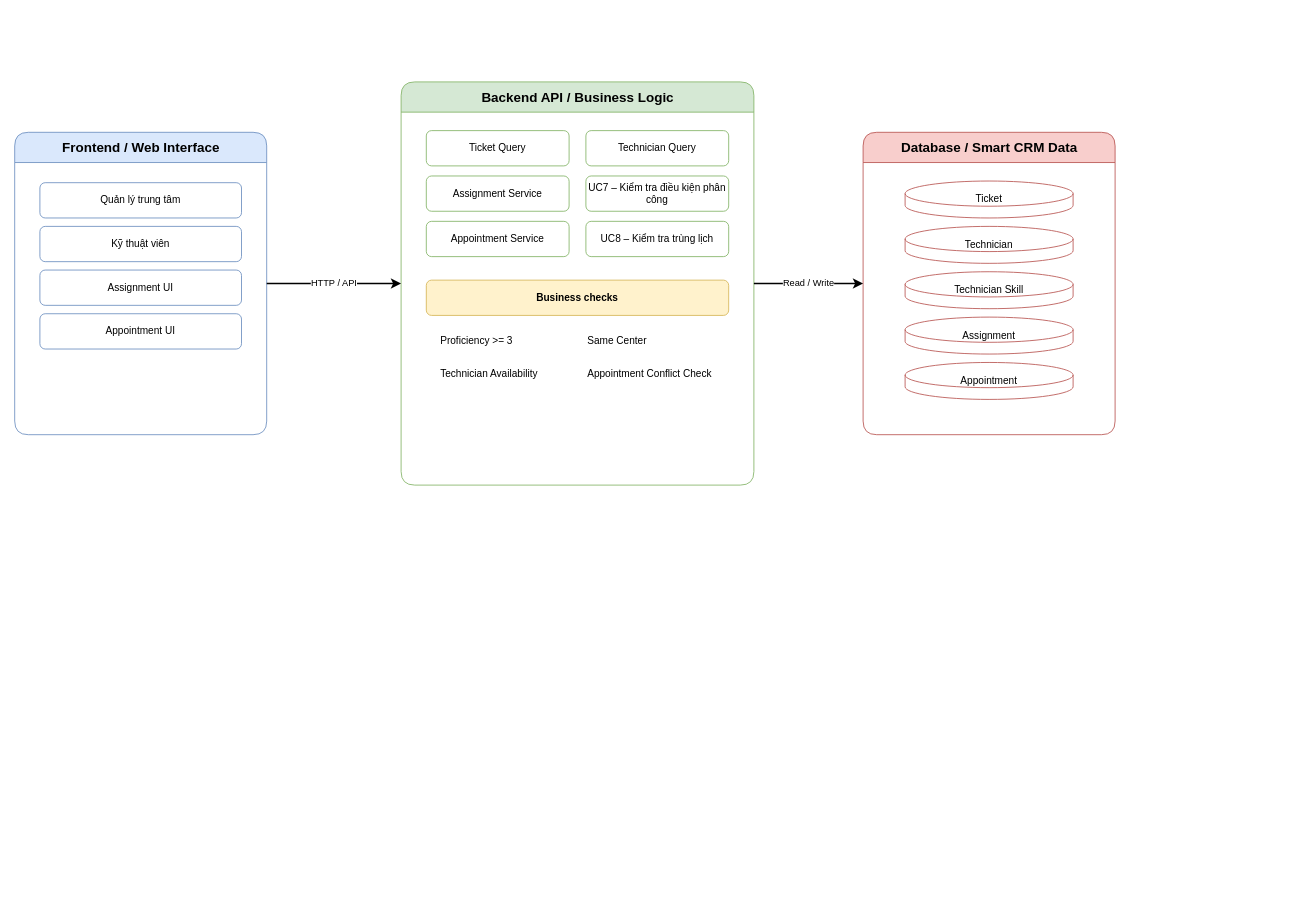
Earlier version of the draw.io diagram docs/architecture.drawio (Tringuyen2374802010517/smart-crm). Source tidied: cells renumbered, new cells numbered last; positions are measured from the earlier drawing's top-left corner, leaving out a move shared by most shapes. Both pictures are drawn from the tidied source at 84%, with x=0, y=0 at pixel (14, 81).
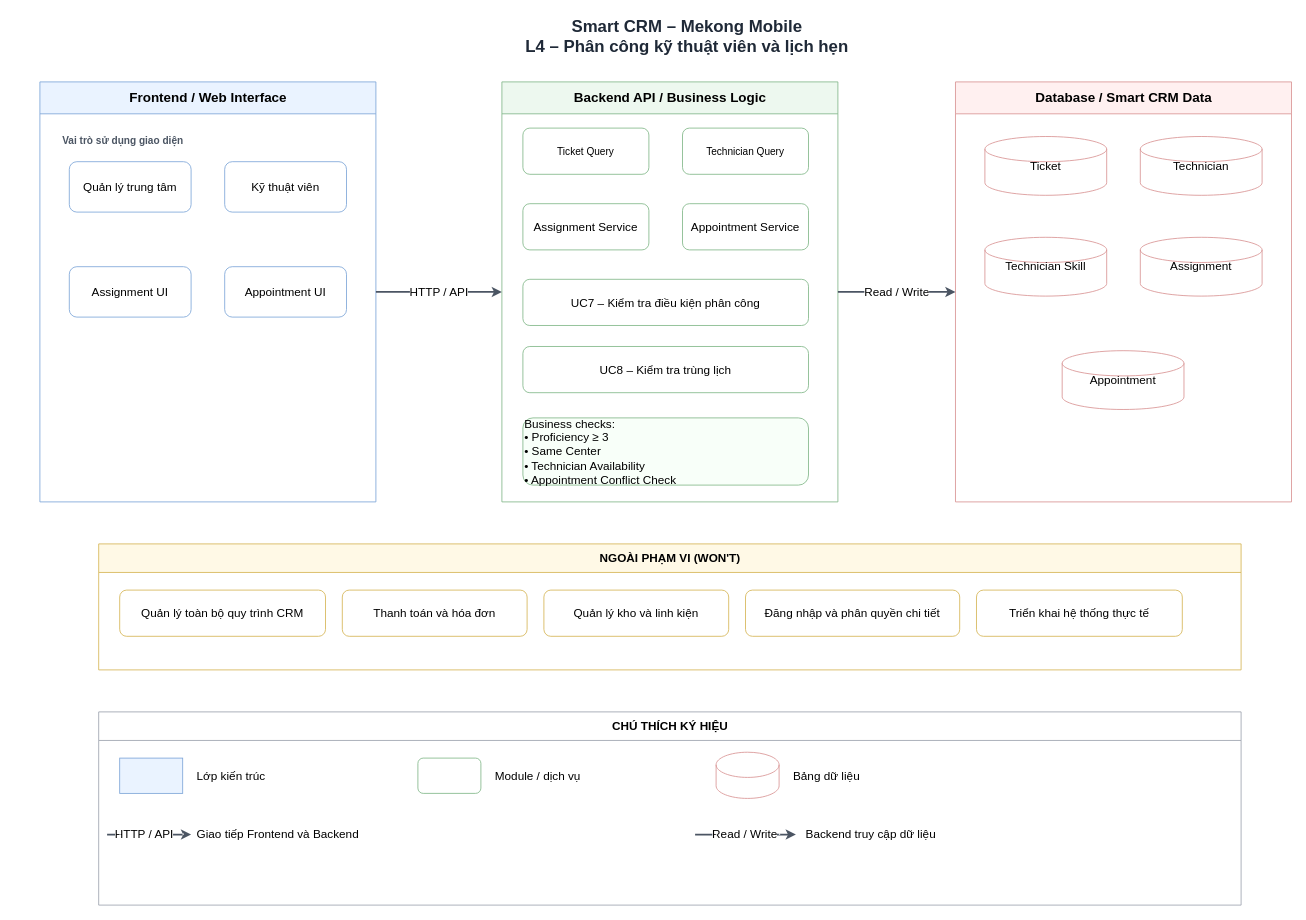
After the change.

The edit, as a diff of the source:
```diff
@@
+    <mxCell id="27" value="Smart CRM – Mekong Mobile&#10;L4 – Phân công kỹ thuật viên và lịch hẹn" style="text;html=1;align=center;verticalAlign=middle;fontSize=20;fontStyle=1;fontColor=#1f2937;" parent="1" vertex="1">
+      <mxGeometry x="100" y="-80" width="1400" height="50" as="geometry" />
+    </mxCell>
-    <mxCell id="2" value="Frontend / Web Interface" style="swimlane;startSize=36;horizontal=1;rounded=1;fillColor=#dae8fc;strokeColor=#6c8ebf;fontStyle=1;fontSize=16;html=1;" parent="1" vertex="1">
-      <mxGeometry y="60" width="300" height="360" as="geometry" />
+    <mxCell id="2" value="Frontend / Web Interface" style="swimlane;horizontal=1;startSize=38;fillColor=#eaf3ff;strokeColor=#7ea6d8;html=1;fontStyle=1;fontSize=16;" parent="1" vertex="1">
+      <mxGeometry x="30" width="400" height="500" as="geometry" />
     </mxCell>
+    <mxCell id="28" value="Vai trò sử dụng giao diện" style="text;html=1;align=left;verticalAlign=middle;fontStyle=1;fontColor=#4b5563;" parent="2" vertex="1">
+      <mxGeometry x="25" y="55" width="350" height="30" as="geometry" />
+    </mxCell>
-    <mxCell id="3" value="Quản lý trung tâm" style="rounded=1;whiteSpace=wrap;fillColor=#ffffff;strokeColor=#6c8ebf;html=1;" parent="2" vertex="1">
-      <mxGeometry x="30" y="60" width="240" height="42" as="geometry" />
+    <mxCell id="3" value="Quản lý trung tâm" style="rounded=1;whiteSpace=wrap;html=1;fillColor=#ffffff;strokeColor=#7ea6d8;fontSize=14;" parent="2" vertex="1">
+      <mxGeometry x="35" y="95" width="145" height="60" as="geometry" />
     </mxCell>
-    <mxCell id="4" value="Kỹ thuật viên" style="rounded=1;whiteSpace=wrap;fillColor=#ffffff;strokeColor=#6c8ebf;html=1;" parent="2" vertex="1">
-      <mxGeometry x="30" y="112" width="240" height="42" as="geometry" />
+    <mxCell id="4" value="Kỹ thuật viên" style="rounded=1;whiteSpace=wrap;html=1;fillColor=#ffffff;strokeColor=#7ea6d8;fontSize=14;" parent="2" vertex="1">
+      <mxGeometry x="220" y="95" width="145" height="60" as="geometry" />
     </mxCell>
-    <mxCell id="5" value="Assignment UI" style="rounded=1;whiteSpace=wrap;fillColor=#ffffff;strokeColor=#6c8ebf;html=1;" parent="2" vertex="1">
-      <mxGeometry x="30" y="164" width="240" height="42" as="geometry" />
+    <mxCell id="5" value="Assignment UI" style="rounded=1;whiteSpace=wrap;html=1;fillColor=#ffffff;strokeColor=#7ea6d8;fontSize=14;" parent="2" vertex="1">
+      <mxGeometry x="35" y="220" width="145" height="60" as="geometry" />
     </mxCell>
-    <mxCell id="6" value="Appointment UI" style="rounded=1;whiteSpace=wrap;fillColor=#ffffff;strokeColor=#6c8ebf;html=1;" parent="2" vertex="1">
-      <mxGeometry x="30" y="216" width="240" height="42" as="geometry" />
+    <mxCell id="6" value="Appointment UI" style="rounded=1;whiteSpace=wrap;html=1;fillColor=#ffffff;strokeColor=#7ea6d8;fontSize=14;" parent="2" vertex="1">
+      <mxGeometry x="220" y="220" width="145" height="60" as="geometry" />
     </mxCell>
-    <mxCell id="7" value="Backend API / Business Logic" style="swimlane;startSize=36;horizontal=1;rounded=1;fillColor=#d5e8d4;strokeColor=#82b366;fontStyle=1;fontSize=16;html=1;" parent="1" vertex="1">
-      <mxGeometry x="460" width="420" height="480" as="geometry" />
+    <mxCell id="7" value="Backend API / Business Logic" style="swimlane;horizontal=1;startSize=38;fillColor=#edf8ef;strokeColor=#82b88a;html=1;fontStyle=1;fontSize=16;" parent="1" vertex="1">
+      <mxGeometry x="580" width="400" height="500" as="geometry" />
     </mxCell>
-    <mxCell id="8" value="Ticket Query" style="rounded=1;whiteSpace=wrap;fillColor=#ffffff;strokeColor=#82b366;html=1;" parent="7" vertex="1">
-      <mxGeometry x="30" y="58" width="170" height="42" as="geometry" />
+    <mxCell id="8" value="Ticket Query" style="rounded=1;whiteSpace=wrap;html=1;fillColor=#ffffff;strokeColor=#82b88a;" parent="7" vertex="1">
+      <mxGeometry x="25" y="55" width="150" height="55" as="geometry" />
     </mxCell>
-    <mxCell id="9" value="Technician Query" style="rounded=1;whiteSpace=wrap;fillColor=#ffffff;strokeColor=#82b366;html=1;" parent="7" vertex="1">
-      <mxGeometry x="220" y="58" width="170" height="42" as="geometry" />
+    <mxCell id="9" value="Technician Query" style="rounded=1;whiteSpace=wrap;html=1;fillColor=#ffffff;strokeColor=#82b88a;" parent="7" vertex="1">
+      <mxGeometry x="215" y="55" width="150" height="55" as="geometry" />
     </mxCell>
-    <mxCell id="10" value="Assignment Service" style="rounded=1;whiteSpace=wrap;fillColor=#ffffff;strokeColor=#82b366;html=1;" parent="7" vertex="1">
-      <mxGeometry x="30" y="112" width="170" height="42" as="geometry" />
+    <mxCell id="10" value="Assignment Service" style="rounded=1;whiteSpace=wrap;html=1;fillColor=#ffffff;strokeColor=#82b88a;fontSize=14;" parent="7" vertex="1">
+      <mxGeometry x="25" y="145" width="150" height="55" as="geometry" />
     </mxCell>
+    <mxCell id="12" value="Appointment Service" style="rounded=1;whiteSpace=wrap;html=1;fillColor=#ffffff;strokeColor=#82b88a;fontSize=14;" parent="7" vertex="1">
+      <mxGeometry x="215" y="145" width="150" height="55" as="geometry" />
+    </mxCell>
-    <mxCell id="11" value="UC7 – Kiểm tra điều kiện phân công" style="rounded=1;whiteSpace=wrap;fillColor=#ffffff;strokeColor=#82b366;html=1;" parent="7" vertex="1">
-      <mxGeometry x="220" y="112" width="170" height="42" as="geometry" />
+    <mxCell id="11" value="UC7 – Kiểm tra điều kiện phân công" style="rounded=1;whiteSpace=wrap;html=1;fillColor=#ffffff;strokeColor=#82b88a;fontSize=14;" parent="7" vertex="1">
+      <mxGeometry x="25" y="235" width="340" height="55" as="geometry" />
     </mxCell>
-    <mxCell id="12" value="Appointment Service" style="rounded=1;whiteSpace=wrap;fillColor=#ffffff;strokeColor=#82b366;html=1;" parent="7" vertex="1">
-      <mxGeometry x="30" y="166" width="170" height="42" as="geometry" />
-    </mxCell>
-    <mxCell id="13" value="UC8 – Kiểm tra trùng lịch" style="rounded=1;whiteSpace=wrap;fillColor=#ffffff;strokeColor=#82b366;html=1;" parent="7" vertex="1">
-      <mxGeometry x="220" y="166" width="170" height="42" as="geometry" />
+    <mxCell id="13" value="UC8 – Kiểm tra trùng lịch" style="rounded=1;whiteSpace=wrap;html=1;fillColor=#ffffff;strokeColor=#82b88a;fontSize=14;" parent="7" vertex="1">
+      <mxGeometry x="25" y="315" width="340" height="55" as="geometry" />
     </mxCell>
-    <mxCell id="14" value="Business checks" style="rounded=1;whiteSpace=wrap;fillColor=#fff2cc;strokeColor=#d6b656;fontStyle=1;html=1;" parent="7" vertex="1">
-      <mxGeometry x="30" y="236" width="360" height="42" as="geometry" />
+    <mxCell id="14" value="Business checks:&#10;• Proficiency ≥ 3&#10;• Same Center&#10;• Technician Availability&#10;• Appointment Conflict Check" style="rounded=1;whiteSpace=wrap;html=1;align=left;verticalAlign=middle;fillColor=#f8fff9;strokeColor=#82b88a;fontSize=14;" parent="7" vertex="1">
+      <mxGeometry x="25" y="400" width="340" height="80" as="geometry" />
     </mxCell>
-    <mxCell id="15" value="Proficiency &gt;= 3" style="text;align=left;verticalAlign=middle;html=1;" parent="7" vertex="1">
-      <mxGeometry x="45" y="292" width="150" height="32" as="geometry" />
-    </mxCell>
-    <mxCell id="16" value="Same Center" style="text;align=left;verticalAlign=middle;html=1;" parent="7" vertex="1">
-      <mxGeometry x="220" y="292" width="150" height="32" as="geometry" />
-    </mxCell>
-    <mxCell id="17" value="Technician Availability" style="text;align=left;verticalAlign=middle;html=1;" parent="7" vertex="1">
-      <mxGeometry x="45" y="332" width="170" height="32" as="geometry" />
-    </mxCell>
-    <mxCell id="18" value="Appointment Conflict Check" style="text;align=left;verticalAlign=middle;html=1;" parent="7" vertex="1">
-      <mxGeometry x="220" y="332" width="170" height="32" as="geometry" />
-    </mxCell>
-    <mxCell id="19" value="Database / Smart CRM Data" style="swimlane;startSize=36;horizontal=1;rounded=1;fillColor=#f8cecc;strokeColor=#b85450;fontStyle=1;fontSize=16;html=1;" parent="1" vertex="1">
-      <mxGeometry x="1010" y="60" width="300" height="360" as="geometry" />
+    <mxCell id="19" value="Database / Smart CRM Data" style="swimlane;horizontal=1;startSize=38;fillColor=#fff0f0;strokeColor=#d99494;html=1;fontStyle=1;fontSize=16;" parent="1" vertex="1">
+      <mxGeometry x="1120" width="400" height="500" as="geometry" />
     </mxCell>
-    <mxCell id="20" value="Ticket" style="shape=cylinder3;whiteSpace=wrap;fillColor=#ffffff;strokeColor=#b85450;html=1;" parent="19" vertex="1">
-      <mxGeometry x="50" y="58" width="200" height="44" as="geometry" />
+    <mxCell id="20" value="Ticket" style="shape=cylinder3;whiteSpace=wrap;html=1;fillColor=#ffffff;strokeColor=#d99494;fontSize=14;" parent="19" vertex="1">
+      <mxGeometry x="35" y="65" width="145" height="70" as="geometry" />
     </mxCell>
-    <mxCell id="21" value="Technician" style="shape=cylinder3;whiteSpace=wrap;fillColor=#ffffff;strokeColor=#b85450;html=1;" parent="19" vertex="1">
-      <mxGeometry x="50" y="112" width="200" height="44" as="geometry" />
+    <mxCell id="21" value="Technician" style="shape=cylinder3;whiteSpace=wrap;html=1;fillColor=#ffffff;strokeColor=#d99494;fontSize=14;" parent="19" vertex="1">
+      <mxGeometry x="220" y="65" width="145" height="70" as="geometry" />
     </mxCell>
-    <mxCell id="22" value="Technician Skill" style="shape=cylinder3;whiteSpace=wrap;fillColor=#ffffff;strokeColor=#b85450;html=1;" parent="19" vertex="1">
-      <mxGeometry x="50" y="166" width="200" height="44" as="geometry" />
+    <mxCell id="22" value="Technician Skill" style="shape=cylinder3;whiteSpace=wrap;html=1;fillColor=#ffffff;strokeColor=#d99494;fontSize=14;" parent="19" vertex="1">
+      <mxGeometry x="35" y="185" width="145" height="70" as="geometry" />
     </mxCell>
-    <mxCell id="23" value="Assignment" style="shape=cylinder3;whiteSpace=wrap;fillColor=#ffffff;strokeColor=#b85450;html=1;" parent="19" vertex="1">
-      <mxGeometry x="50" y="220" width="200" height="44" as="geometry" />
+    <mxCell id="23" value="Assignment" style="shape=cylinder3;whiteSpace=wrap;html=1;fillColor=#ffffff;strokeColor=#d99494;fontSize=14;" parent="19" vertex="1">
+      <mxGeometry x="220" y="185" width="145" height="70" as="geometry" />
     </mxCell>
-    <mxCell id="24" value="Appointment" style="shape=cylinder3;whiteSpace=wrap;fillColor=#ffffff;strokeColor=#b85450;html=1;" parent="19" vertex="1">
-      <mxGeometry x="50" y="274" width="200" height="44" as="geometry" />
+    <mxCell id="24" value="Appointment" style="shape=cylinder3;whiteSpace=wrap;html=1;fillColor=#ffffff;strokeColor=#d99494;fontSize=14;" parent="19" vertex="1">
+      <mxGeometry x="127" y="320" width="145" height="70" as="geometry" />
     </mxCell>
-    <mxCell id="25" value="HTTP / API" style="edgeStyle=orthogonalEdgeStyle;rounded=0;endArrow=classic;strokeWidth=2;html=1;" parent="1" edge="1" source="2" target="7">
+    <mxCell id="25" value="HTTP / API" style="edgeStyle=orthogonalEdgeStyle;rounded=1;html=1;strokeWidth=2;endArrow=classic;strokeColor=#4b5563;fontSize=14;" parent="1" edge="1" source="2" target="7">
       <mxGeometry relative="1" as="geometry" />
     </mxCell>
-    <mxCell id="26" value="Read / Write" style="edgeStyle=orthogonalEdgeStyle;rounded=0;endArrow=classic;strokeWidth=2;html=1;" parent="1" edge="1" source="7" target="19">
+    <mxCell id="26" value="Read / Write" style="edgeStyle=orthogonalEdgeStyle;rounded=1;html=1;strokeWidth=2;endArrow=classic;strokeColor=#4b5563;fontSize=14;" parent="1" edge="1" source="7" target="19">
       <mxGeometry relative="1" as="geometry" />
     </mxCell>
+    <mxCell id="29" value="NGOÀI PHẠM VI (WON'T)" style="swimlane;horizontal=1;startSize=34;fillColor=#fff9e6;strokeColor=#d6b656;html=1;fontStyle=1;fontSize=14;" parent="1" vertex="1">
+      <mxGeometry x="100" y="550" width="1360" height="150" as="geometry" />
+    </mxCell>
+    <mxCell id="30" value="Quản lý toàn bộ quy trình CRM" style="rounded=1;whiteSpace=wrap;html=1;fillColor=#ffffff;strokeColor=#d6b656;fontSize=14;" parent="29" vertex="1">
+      <mxGeometry x="25" y="55" width="245" height="55" as="geometry" />
+    </mxCell>
+    <mxCell id="31" value="Thanh toán và hóa đơn" style="rounded=1;whiteSpace=wrap;html=1;fillColor=#ffffff;strokeColor=#d6b656;fontSize=14;" parent="29" vertex="1">
+      <mxGeometry x="290" y="55" width="220" height="55" as="geometry" />
+    </mxCell>
+    <mxCell id="32" value="Quản lý kho và linh kiện" style="rounded=1;whiteSpace=wrap;html=1;fillColor=#ffffff;strokeColor=#d6b656;fontSize=14;" parent="29" vertex="1">
+      <mxGeometry x="530" y="55" width="220" height="55" as="geometry" />
+    </mxCell>
+    <mxCell id="33" value="Đăng nhập và phân quyền chi tiết" style="rounded=1;whiteSpace=wrap;html=1;fillColor=#ffffff;strokeColor=#d6b656;fontSize=14;" parent="29" vertex="1">
+      <mxGeometry x="770" y="55" width="255" height="55" as="geometry" />
+    </mxCell>
+    <mxCell id="34" value="Triển khai hệ thống thực tế" style="rounded=1;whiteSpace=wrap;html=1;fillColor=#ffffff;strokeColor=#d6b656;fontSize=14;" parent="29" vertex="1">
+      <mxGeometry x="1045" y="55" width="245" height="55" as="geometry" />
+    </mxCell>
+    <mxCell id="35" value="CHÚ THÍCH KÝ HIỆU" style="swimlane;horizontal=1;startSize=34;fillColor=#ffffff;strokeColor=#9ca3af;html=1;fontStyle=1;fontSize=14;" parent="1" vertex="1">
+      <mxGeometry x="100" y="750" width="1360" height="230" as="geometry" />
+    </mxCell>
+    <mxCell id="36" style="rectangle;rounded=0;fillColor=#eaf3ff;strokeColor=#7ea6d8;fontSize=14;" parent="35" vertex="1">
+      <mxGeometry x="25" y="55" width="75" height="42" as="geometry" />
+    </mxCell>
+    <mxCell id="37" value="Lớp kiến trúc" style="text;html=1;align=left;verticalAlign=middle;fontSize=14;" parent="35" vertex="1">
+      <mxGeometry x="115" y="55" width="230" height="42" as="geometry" />
+    </mxCell>
+    <mxCell id="38" style="rounded=1;fillColor=#ffffff;strokeColor=#82b88a;fontSize=14;" parent="35" vertex="1">
+      <mxGeometry x="380" y="55" width="75" height="42" as="geometry" />
+    </mxCell>
+    <mxCell id="39" value="Module / dịch vụ" style="text;html=1;align=left;verticalAlign=middle;fontSize=14;" parent="35" vertex="1">
+      <mxGeometry x="470" y="55" width="230" height="42" as="geometry" />
+    </mxCell>
+    <mxCell id="40" style="shape=cylinder3;fillColor=#ffffff;strokeColor=#d99494;fontSize=14;" parent="35" vertex="1">
+      <mxGeometry x="735" y="48" width="75" height="55" as="geometry" />
+    </mxCell>
+    <mxCell id="41" value="Bảng dữ liệu" style="text;html=1;align=left;verticalAlign=middle;fontSize=14;" parent="35" vertex="1">
+      <mxGeometry x="825" y="55" width="230" height="42" as="geometry" />
+    </mxCell>
+    <mxCell id="42" value="HTTP / API" style="edgeStyle=orthogonalEdgeStyle;html=1;endArrow=classic;strokeWidth=2;strokeColor=#4b5563;entryX=0;entryY=0.5;entryDx=0;entryDy=0;fontSize=14;" parent="35" edge="1">
+      <mxGeometry x="-0.12" relative="1" as="geometry">
+        <mxPoint x="10" y="146" as="sourcePoint" />
+        <mxPoint x="110" y="146" as="targetPoint" />
+      </mxGeometry>
+    </mxCell>
+    <mxCell id="43" style="ellipse;fillColor=#ffffff;strokeColor=#ffffff;fontSize=14;" parent="35" vertex="1">
+      <mxGeometry x="25" y="145" width="1" height="1" as="geometry" />
+    </mxCell>
+    <mxCell id="44" style="ellipse;fillColor=#ffffff;strokeColor=#ffffff;fontSize=14;" parent="35" vertex="1">
+      <mxGeometry x="100" y="145" width="1" height="1" as="geometry" />
+    </mxCell>
+    <mxCell id="45" value="Giao tiếp Frontend và Backend" style="text;html=1;align=left;verticalAlign=middle;fontSize=14;" parent="35" vertex="1">
+      <mxGeometry x="115" y="125" width="270" height="42" as="geometry" />
+    </mxCell>
+    <mxCell id="46" value="Read / Write" style="edgeStyle=orthogonalEdgeStyle;html=1;endArrow=classic;strokeWidth=2;strokeColor=#4b5563;fontSize=14;" parent="35" edge="1">
+      <mxGeometry x="-0.02" relative="1" as="geometry">
+        <mxPoint x="710" y="146" as="sourcePoint" />
+        <mxPoint x="830" y="146" as="targetPoint" />
+      </mxGeometry>
+    </mxCell>
+    <mxCell id="47" style="ellipse;fillColor=#ffffff;strokeColor=#ffffff;fontSize=14;" parent="35" vertex="1">
+      <mxGeometry x="735" y="145" width="1" height="1" as="geometry" />
+    </mxCell>
+    <mxCell id="48" style="ellipse;fillColor=#ffffff;strokeColor=#ffffff;fontSize=14;" parent="35" vertex="1">
+      <mxGeometry x="810" y="145" width="1" height="1" as="geometry" />
+    </mxCell>
+    <mxCell id="49" value="Backend truy cập dữ liệu" style="text;html=1;align=left;verticalAlign=middle;fontSize=14;" parent="35" vertex="1">
+      <mxGeometry x="840" y="125" width="270" height="42" as="geometry" />
+    </mxCell>
+    <mxCell id="50" style="edgeStyle=orthogonalEdgeStyle;rounded=0;orthogonalLoop=1;jettySize=auto;html=1;innerLoopWaypoints=1;exitX=0;exitY=0;exitDx=0;exitDy=0;entryX=0;entryY=0.5;entryDx=0;entryDy=0;defaultLabelBackgroundColor=gap;fontSize=14;" parent="35" edge="1" source="47" target="47">
+      <mxGeometry relative="1" as="geometry" />
+    </mxCell>
```
